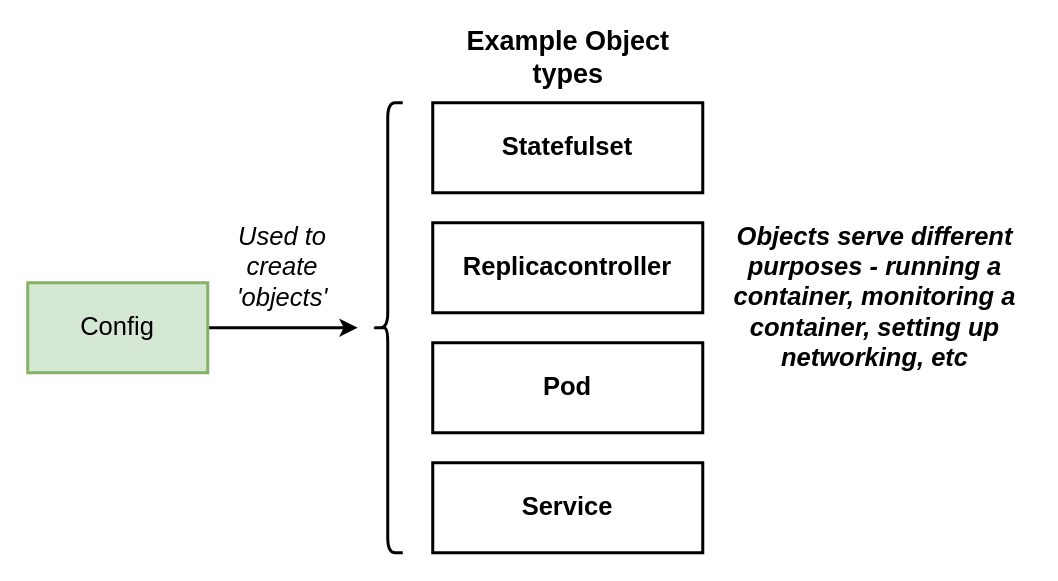
Above: page "Objects" (5 of 6) of kubernetes/Kubernetes_Cluster.drawio in micheal08/mylearningdata (draw.io), before the change. Source tidied: cells renumbered, new cells numbered last; positions are measured from the earlier drawing's top-left corner, leaving out a move shared by most shapes. Both pictures are drawn from the tidied source at 150%, with x=0, y=0 at pixel (27, 42).
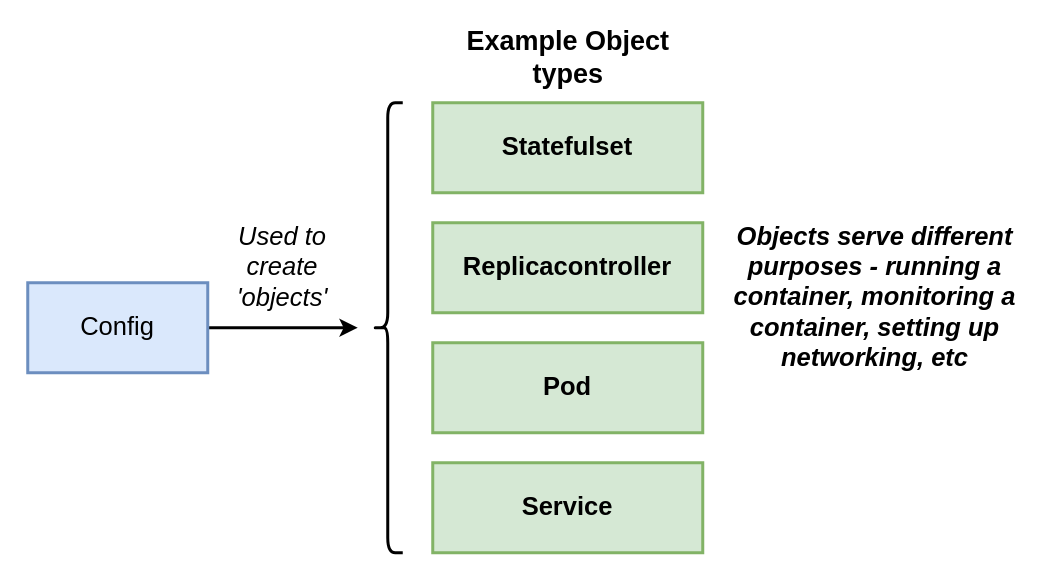
The same page after the edit.

Commit message:
Pod_Services page added

Diff of the diagram source:
```diff
@@
 <mxGraphModel>
   <root>
     <mxCell id="0" />
     <mxCell id="1" parent="0" />
-    <mxCell id="2" value="Statefulset" style="rounded=0;whiteSpace=wrap;html=1;strokeWidth=2;fontSize=17;align=center;fontStyle=1;" parent="1" vertex="1">
+    <mxCell id="2" value="Statefulset" style="rounded=0;whiteSpace=wrap;html=1;strokeWidth=2;fontSize=17;align=center;fontStyle=1;fillColor=#d5e8d4;strokeColor=#82b366;" parent="1" vertex="1">
       <mxGeometry x="270" y="40" width="180" height="60" as="geometry" />
     </mxCell>
-    <mxCell id="3" value="Replicacontroller" style="rounded=0;whiteSpace=wrap;html=1;strokeWidth=2;fontSize=17;align=center;fontStyle=1;" parent="1" vertex="1">
+    <mxCell id="3" value="Replicacontroller" style="rounded=0;whiteSpace=wrap;html=1;strokeWidth=2;fontSize=17;align=center;fontStyle=1;fillColor=#d5e8d4;strokeColor=#82b366;" parent="1" vertex="1">
       <mxGeometry x="270" y="120" width="180" height="60" as="geometry" />
     </mxCell>
-    <mxCell id="4" value="Pod" style="rounded=0;whiteSpace=wrap;html=1;strokeWidth=2;fontSize=17;align=center;fontStyle=1;" parent="1" vertex="1">
+    <mxCell id="4" value="Pod" style="rounded=0;whiteSpace=wrap;html=1;strokeWidth=2;fontSize=17;align=center;fontStyle=1;fillColor=#d5e8d4;strokeColor=#82b366;" parent="1" vertex="1">
       <mxGeometry x="270" y="200" width="180" height="60" as="geometry" />
     </mxCell>
-    <mxCell id="5" value="Service" style="rounded=0;whiteSpace=wrap;html=1;strokeWidth=2;fontSize=17;align=center;fontStyle=1;" parent="1" vertex="1">
+    <mxCell id="5" value="Service" style="rounded=0;whiteSpace=wrap;html=1;strokeWidth=2;fontSize=17;align=center;fontStyle=1;fillColor=#d5e8d4;strokeColor=#82b366;" parent="1" vertex="1">
       <mxGeometry x="270" y="280" width="180" height="60" as="geometry" />
     </mxCell>
     <mxCell id="6" value="&lt;b&gt;Example Object types&lt;/b&gt;" style="text;html=1;strokeColor=none;fillColor=none;align=center;verticalAlign=middle;whiteSpace=wrap;rounded=0;fontSize=18;" parent="1" vertex="1">
       <mxGeometry x="287.5" width="145" height="20" as="geometry" />
     </mxCell>
     <mxCell id="7" style="edgeStyle=orthogonalEdgeStyle;rounded=0;jettySize=auto;html=1;strokeWidth=2;fontSize=17;" parent="1" edge="1" source="8">
       <mxGeometry relative="1" as="geometry">
         <mxPoint x="220" y="190" as="targetPoint" />
       </mxGeometry>
     </mxCell>
-    <mxCell id="8" value="Config" style="rounded=0;whiteSpace=wrap;html=1;strokeWidth=2;fontSize=17;align=center;fillColor=#d5e8d4;strokeColor=#82b366;" parent="1" vertex="1">
+    <mxCell id="8" value="Config" style="rounded=0;whiteSpace=wrap;html=1;strokeWidth=2;fontSize=17;align=center;fillColor=#dae8fc;strokeColor=#6c8ebf;" parent="1" vertex="1">
       <mxGeometry y="160" width="120" height="60" as="geometry" />
     </mxCell>
     <mxCell id="9" style="shape=curlyBracket;whiteSpace=wrap;html=1;rounded=1;strokeWidth=2;fontSize=17;align=center;" parent="1" vertex="1">
       <mxGeometry x="230" y="40" width="20" height="300" as="geometry" />
     </mxCell>
     <mxCell id="10" value="Used to create 'objects'" style="text;html=1;strokeColor=none;fillColor=none;align=center;verticalAlign=middle;whiteSpace=wrap;rounded=0;fontSize=17;fontStyle=2;" parent="1" vertex="1">
       <mxGeometry x="130" y="140" width="80" height="20" as="geometry" />
     </mxCell>
     <mxCell id="11" value="Objects serve different purposes - running a container, monitoring a container, setting up networking, etc" style="text;html=1;strokeColor=none;fillColor=none;align=center;verticalAlign=middle;whiteSpace=wrap;rounded=0;fontSize=17;fontStyle=3;" parent="1" vertex="1">
       <mxGeometry x="460" y="100" width="210" height="140" as="geometry" />
     </mxCell>
   </root>
 </mxGraphModel>
```
